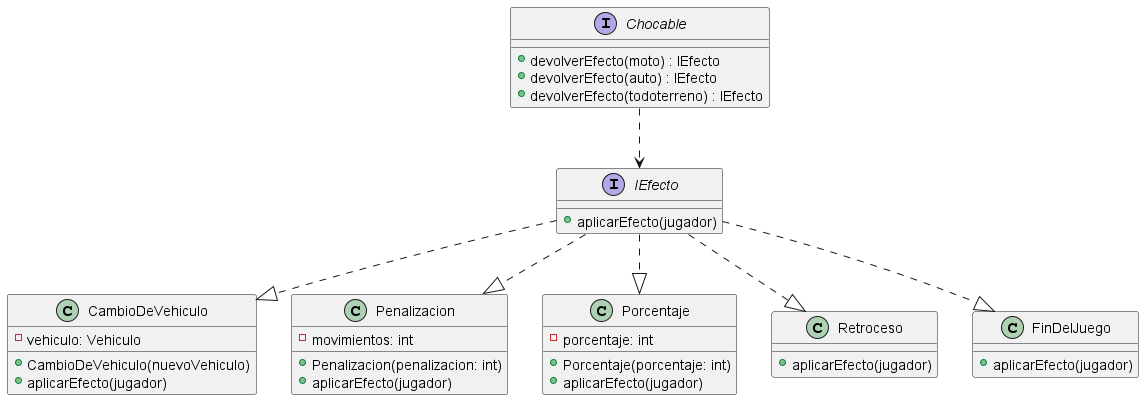
NestorPala/T17-GPSChallenge keeps this PlantUML diagram as diagrams/classes/diagrama_efectos.png. Above is the earlier version. Its source is kept beside it as diagrams/classes/diagrama_efectos.puml. Its diagram source:
```plantuml
@startuml

interface IEfecto {
    + aplicarEfecto(jugador)
}

class CambioDeVehiculo {
    - vehiculo: Vehiculo
    + CambioDeVehiculo(nuevoVehiculo)
    + aplicarEfecto(jugador)
}

class Penalizacion {
    - movimientos: int
    + Penalizacion(penalizacion: int)
    + aplicarEfecto(jugador)
}

class Porcentaje {
    - porcentaje: int
    + Porcentaje(porcentaje: int)
    + aplicarEfecto(jugador)
}

class Retroceso {
    + aplicarEfecto(jugador)
}

class FinDelJuego {
    + aplicarEfecto(jugador)
}

interface Chocable {
    + devolverEfecto(moto) : IEfecto
    + devolverEfecto(auto) : IEfecto
    + devolverEfecto(todoterreno) : IEfecto
}

Chocable ..> IEfecto
IEfecto ..|> Penalizacion
IEfecto ..|> Porcentaje
IEfecto ..|> Retroceso
IEfecto ..|> CambioDeVehiculo
IEfecto ..|> FinDelJuego

@enduml
```
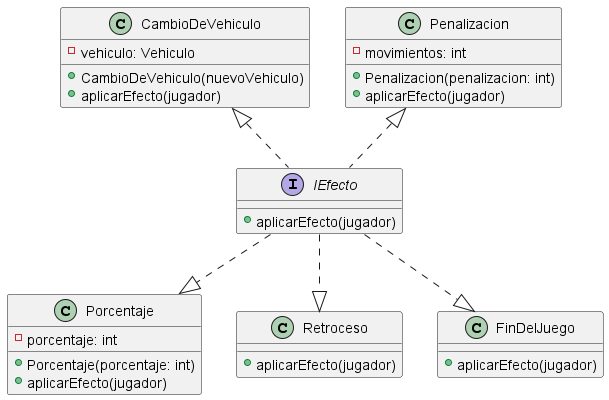
Later version of the same file.

Commit message:
modifico diagramas de clases (efectos)

The edit, as a diff of the source:
```diff
@@ -30,17 +30,11 @@
     + aplicarEfecto(jugador)
 }
 
-interface Chocable {
-    + devolverEfecto(moto) : IEfecto
-    + devolverEfecto(auto) : IEfecto
-    + devolverEfecto(todoterreno) : IEfecto
-}
+CambioDeVehiculo <|.. IEfecto
+Penalizacion <|.. IEfecto
 
-Chocable ..> IEfecto
-IEfecto ..|> Penalizacion
+IEfecto ..|> FinDelJuego
 IEfecto ..|> Porcentaje
 IEfecto ..|> Retroceso
-IEfecto ..|> CambioDeVehiculo
-IEfecto ..|> FinDelJuego
 
 @enduml
```
